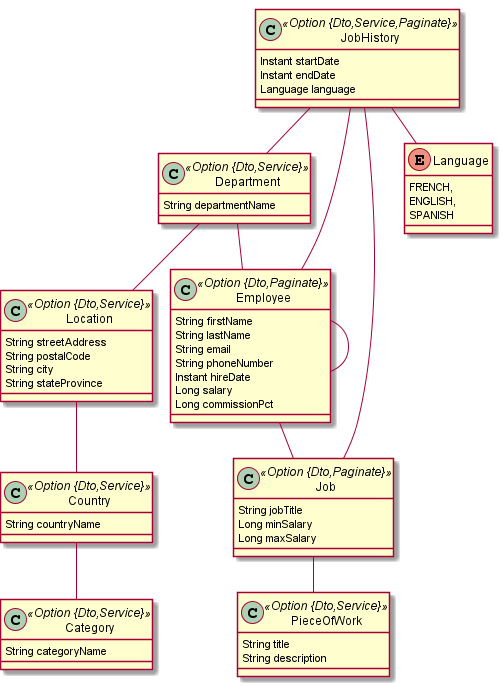
Before: app.png, a diagram exported from PlantUML (jhipster/jhipster-sample-app-dotnetcore).
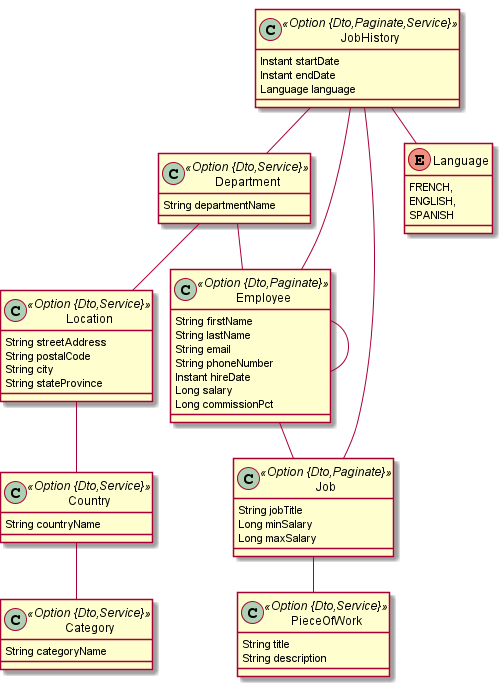
The same file after the commit.

Diff of the diagram source:
```diff
@@ -34,7 +34,7 @@
 		Long minSalary
 		Long maxSalary
 	}
-	class JobHistory <<Option {Dto,Service,Paginate}>> {
+	class JobHistory <<Option {Dto,Paginate,Service}>> {
 		Instant startDate
 		Instant endDate
 		Language language
```
